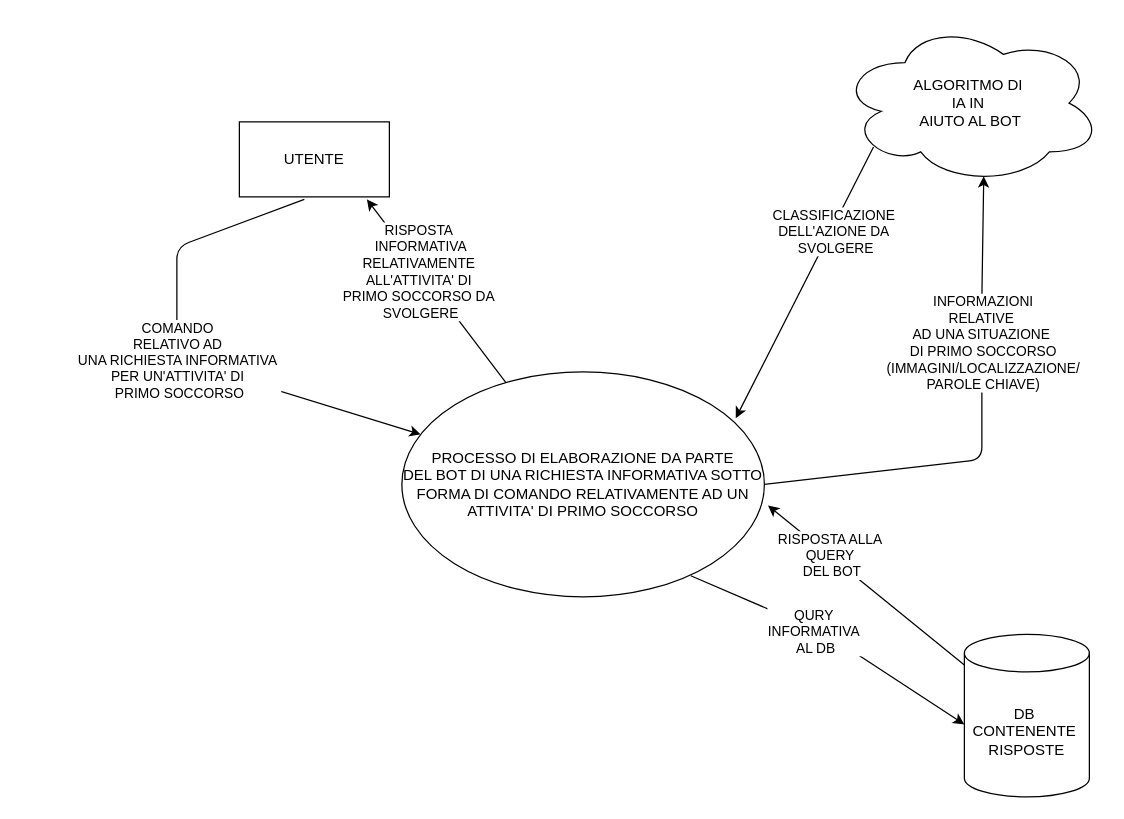
Earlier version of the draw.io diagram UML_SCHEMA/DFD_una_sola_bolla.drawio (llgzr/UML_TEST). Source tidied: cells renumbered, new cells numbered last; positions are measured from the earlier drawing's top-left corner, leaving out a move shared by most shapes. Both pictures are drawn from the tidied source at 125%, with x=0, y=0 at pixel (176, 21).
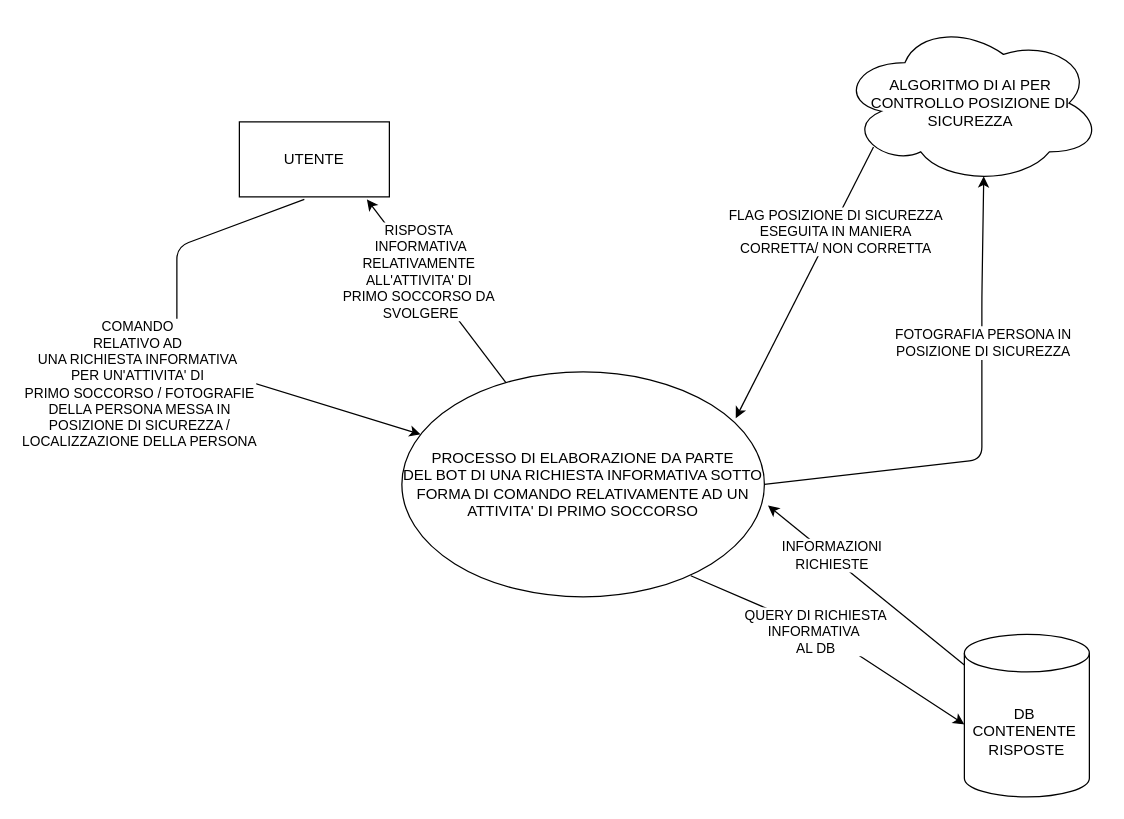
Above is the later version.

Unchanged cells that the change refers to:
```xml
<mxCell id="2" value="PROCESSO DI ELABORAZIONE DA PARTE &lt;br&gt;DEL BOT DI UNA RICHIESTA INFORMATIVA SOTTO FORMA DI COMANDO RELATIVAMENTE AD UN ATTIVITA' DI PRIMO SOCCORSO" style="ellipse;whiteSpace=wrap;html=1;" parent="1" vertex="1">
  <mxGeometry x="180" y="280" width="290" height="180" as="geometry" />
</mxCell>
<mxCell id="3" value="UTENTE" style="rounded=0;whiteSpace=wrap;html=1;" parent="1" vertex="1">
  <mxGeometry x="50" y="80" width="120" height="60" as="geometry" />
</mxCell>
<mxCell id="8" style="endArrow=classic;html=1;entryX=1.01;entryY=0.594;entryDx=0;entryDy=0;entryPerimeter=0;" parent="1" edge="1" source="7" target="2">
  <mxGeometry relative="1" as="geometry" />
</mxCell>
<mxCell id="10" style="endArrow=classic;html=1;entryX=0;entryY=0.554;entryDx=0;entryDy=0;entryPerimeter=0;exitX=0.797;exitY=0.906;exitDx=0;exitDy=0;exitPerimeter=0;" parent="1" edge="1" source="2" target="7">
  <mxGeometry relative="1" as="geometry">
    <Array as="points">
      <mxPoint x="520" y="490" />
    </Array>
  </mxGeometry>
</mxCell>
<mxCell id="13" style="endArrow=classic;html=1;entryX=0.921;entryY=0.206;entryDx=0;entryDy=0;entryPerimeter=0;exitX=0.13;exitY=0.77;exitDx=0;exitDy=0;exitPerimeter=0;" parent="1" edge="1" source="12" target="2">
  <mxGeometry relative="1" as="geometry" />
</mxCell>
<mxCell id="15" style="endArrow=classic;html=1;entryX=0.55;entryY=0.95;entryDx=0;entryDy=0;entryPerimeter=0;exitX=1;exitY=0.5;exitDx=0;exitDy=0;" parent="1" edge="1" source="2" target="12">
  <mxGeometry relative="1" as="geometry">
    <Array as="points">
      <mxPoint x="644" y="350" />
      <mxPoint x="644" y="220" />
    </Array>
  </mxGeometry>
</mxCell>
```

Change to the diagram source:
```diff
@@
-    <mxCell id="6" value="COMANDO&amp;nbsp;&lt;br&gt;RELATIVO AD&amp;nbsp;&lt;br&gt;UNA RICHIESTA INFORMATIVA&amp;nbsp;&lt;br&gt;PER UN'ATTIVITA' DI&amp;nbsp;&lt;br&gt;PRIMO SOCCORSO" style="endArrow=classic;html=1;exitX=0.433;exitY=1.033;exitDx=0;exitDy=0;exitPerimeter=0;" parent="1" edge="1" source="3" target="2">
-      <mxGeometry relative="1" as="geometry">
+    <mxCell id="6" value="COMANDO&amp;nbsp;&lt;br&gt;RELATIVO AD&amp;nbsp;&lt;br&gt;UNA RICHIESTA INFORMATIVA&amp;nbsp;&lt;br&gt;PER UN'ATTIVITA' DI&amp;nbsp;&lt;br&gt;&lt;div&gt;PRIMO SOCCORSO / FOTOGRAFIE &lt;br&gt;&lt;/div&gt;&lt;div&gt;DELLA PERSONA MESSA IN &lt;br&gt;&lt;/div&gt;&lt;div&gt;POSIZIONE DI SICUREZZA / &lt;br&gt;&lt;/div&gt;&lt;div&gt;LOCALIZZAZIONE DELLA PERSONA&lt;br&gt;&lt;/div&gt;" style="endArrow=classic;html=1;exitX=0.433;exitY=1.033;exitDx=0;exitDy=0;exitPerimeter=0;" parent="1" edge="1" source="3" target="2">
+      <mxGeometry x="-0.01" y="-36" relative="1" as="geometry">
         <Array as="points">
           <mxPoint y="180" />
           <mxPoint y="220" />
           <mxPoint y="270" />
         </Array>
+        <mxPoint x="-20" y="-14" as="offset" />
       </mxGeometry>
     </mxCell>
@@
-    <mxCell id="9" value="RISPOSTA ALLA&amp;nbsp;&lt;br&gt;QUERY&amp;nbsp;&lt;br&gt;DEL BOT" style="edgeLabel;html=1;align=center;verticalAlign=middle;" parent="8" vertex="1">
+    <mxCell id="9" value="&lt;div&gt;INFORMAZIONI&lt;/div&gt;&lt;div&gt;RICHIESTE&lt;br&gt;&lt;/div&gt;" style="edgeLabel;html=1;align=center;verticalAlign=middle;" parent="8" vertex="1">
       <mxGeometry x="0.36" y="-1" relative="1" as="geometry" />
     </mxCell>
@@
-    <mxCell id="11" value="QURY&amp;nbsp;&lt;br&gt;INFORMATIVA&amp;nbsp;&lt;br&gt;AL DB" style="edgeLabel;html=1;align=center;verticalAlign=middle;" parent="10" vertex="1">
+    <mxCell id="11" value="&lt;div&gt;QUERY DI RICHIESTA&lt;br&gt;&lt;/div&gt;INFORMATIVA&amp;nbsp;&lt;br&gt;AL DB" style="edgeLabel;html=1;align=center;verticalAlign=middle;" parent="10" vertex="1">
       <mxGeometry x="-0.13" y="-1" relative="1" as="geometry" />
     </mxCell>
-    <mxCell id="12" value="ALGORITMO DI&amp;nbsp;&lt;br&gt;IA IN&amp;nbsp;&lt;br&gt;AIUTO AL BOT" style="ellipse;shape=cloud;whiteSpace=wrap;html=1;" parent="1" vertex="1">
+    <mxCell id="12" value="&lt;div&gt;ALGORITMO DI AI PER &lt;br&gt;&lt;/div&gt;&lt;div&gt;CONTROLLO POSIZIONE DI &lt;br&gt;&lt;/div&gt;&lt;div&gt;SICUREZZA&lt;br&gt;&lt;/div&gt;" style="ellipse;shape=cloud;whiteSpace=wrap;html=1;" parent="1" vertex="1">
       <mxGeometry x="530" width="210" height="130" as="geometry" />
     </mxCell>
@@
-    <mxCell id="14" value="CLASSIFICAZIONE&amp;nbsp;&lt;br&gt;DELL'AZIONE DA&amp;nbsp;&lt;br&gt;SVOLGERE" style="edgeLabel;html=1;align=center;verticalAlign=middle;" parent="13" vertex="1">
+    <mxCell id="14" value="&lt;div&gt;FLAG POSIZIONE DI SICUREZZA &lt;br&gt;&lt;/div&gt;&lt;div&gt;ESEGUITA IN MANIERA&lt;/div&gt;&lt;div&gt; CORRETTA/ NON CORRETTA&lt;br&gt;&lt;/div&gt;" style="edgeLabel;html=1;align=center;verticalAlign=middle;" parent="13" vertex="1">
       <mxGeometry x="-0.4" y="3" relative="1" as="geometry">
         <mxPoint y="1" as="offset" />
       </mxGeometry>
     </mxCell>
@@
-    <mxCell id="16" value="INFORMAZIONI&lt;br&gt;RELATIVE&amp;nbsp;&lt;br&gt;AD UNA SITUAZIONE&amp;nbsp;&lt;br&gt;DI PRIMO SOCCORSO&lt;br&gt;(IMMAGINI/LOCALIZZAZIONE/&lt;br&gt;PAROLE CHIAVE)" style="edgeLabel;html=1;align=center;verticalAlign=middle;" parent="15" vertex="1">
+    <mxCell id="16" value="&lt;div&gt;FOTOGRAFIA PERSONA IN &lt;br&gt;&lt;/div&gt;&lt;div&gt;POSIZIONE DI SICUREZZA&lt;br&gt;&lt;/div&gt;" style="edgeLabel;html=1;align=center;verticalAlign=middle;" parent="15" vertex="1">
       <mxGeometry x="0.34" relative="1" as="geometry" />
     </mxCell>
```
